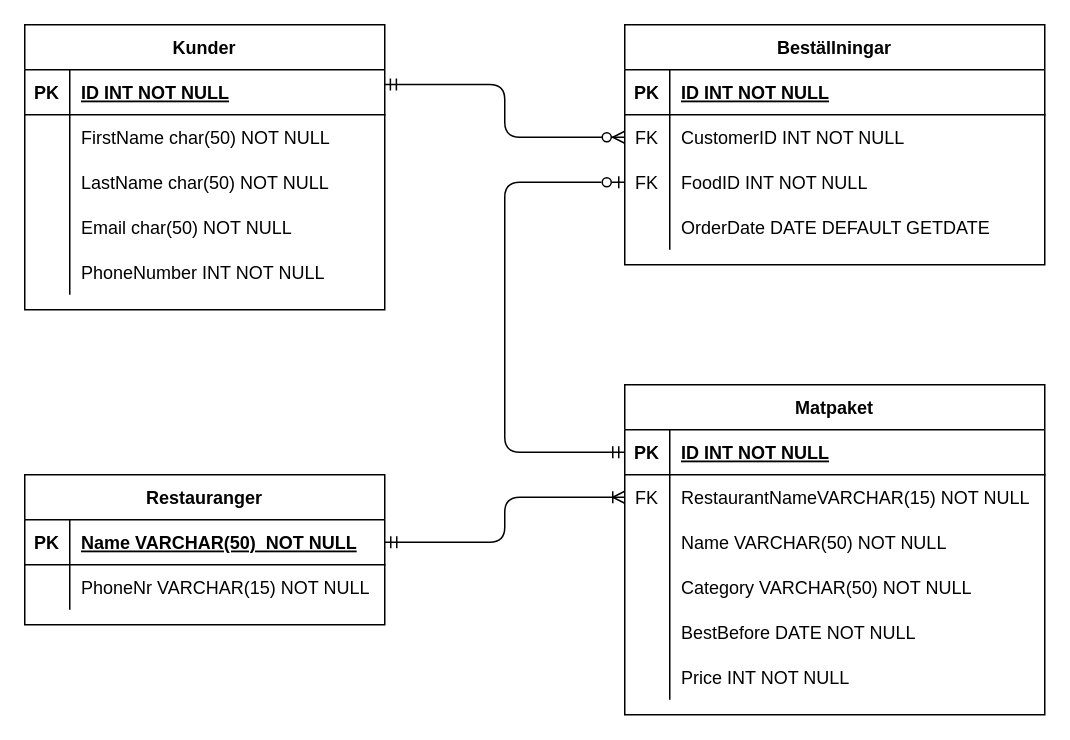
The draw.io diagram Diagram/Inlämningsuppgift 1.drawio in SebastianG9912/Databasdiagram, before the edit. Source tidied: cells renumbered, new cells numbered last; positions are measured from the earlier drawing's top-left corner, leaving out a move shared by most shapes. Both pictures are drawn from the tidied source at 150%, with x=0, y=0 at pixel (24, 24).
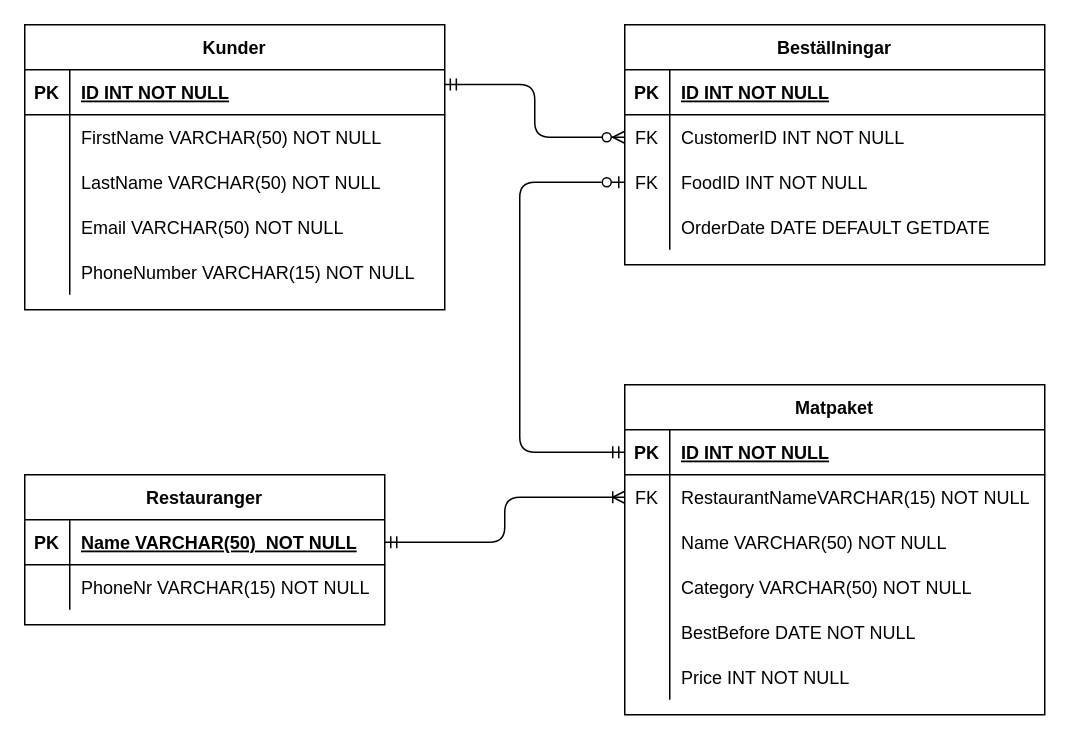
The same diagram, later.

The change refers to these unchanged cells:
```xml
<mxCell id="12" style="shape=partialRectangle;fillColor=none;points=[[0,0.5],[1,0.5]];portConstraint=eastwest;top=0;left=0;right=0;bottom=1;" parent="11" vertex="1">
  <mxGeometry y="30" width="280" height="30" as="geometry" />
</mxCell>
<mxCell id="50" style="shape=partialRectangle;fillColor=none;points=[[0,0.5],[1,0.5]];portConstraint=eastwest;top=0;left=0;right=0;bottom=0;" parent="46" vertex="1">
  <mxGeometry y="60" width="280" height="30" as="geometry" />
</mxCell>
<mxCell id="53" style="shape=partialRectangle;fillColor=none;points=[[0,0.5],[1,0.5]];portConstraint=eastwest;top=0;left=0;right=0;bottom=0;" parent="46" vertex="1">
  <mxGeometry y="90" width="280" height="30" as="geometry" />
</mxCell>
```

What changed in the source:
```diff
@@
     <mxCell id="3" style="endArrow=ERzeroToMany;startArrow=ERmandOne;endFill=1;startFill=0;entryX=0;entryY=0.5;entryDx=0;entryDy=0;exitX=0.999;exitY=0.328;exitDx=0;exitDy=0;exitPerimeter=0;edgeStyle=orthogonalEdgeStyle;" parent="1" edge="1" source="31" target="50">
       <mxGeometry relative="1" as="geometry">
         <Array as="points">
-          <mxPoint x="320" y="40" />
-          <mxPoint x="320" y="75" />
+          <mxPoint x="340" y="40" />
+          <mxPoint x="340" y="75" />
         </Array>
       </mxGeometry>
     </mxCell>
@@
     <mxCell id="30" value="Kunder" style="shape=table;startSize=30;childLayout=tableLayout;rowLines=0;fontStyle=1;align=center;" parent="1" vertex="1">
-      <mxGeometry width="240" height="190" as="geometry" />
+      <mxGeometry width="280" height="190" as="geometry" />
     </mxCell>
     <mxCell id="31" style="shape=partialRectangle;fillColor=none;points=[[0,0.5],[1,0.5]];portConstraint=eastwest;top=0;left=0;right=0;bottom=1;" parent="30" vertex="1">
-      <mxGeometry y="30" width="240" height="30" as="geometry" />
+      <mxGeometry y="30" width="280" height="30" as="geometry" />
     </mxCell>
@@
     <mxCell id="33" value="ID INT NOT NULL " style="shape=partialRectangle;overflow=hidden;fillColor=none;top=0;left=0;bottom=0;right=0;align=left;spacingLeft=6;fontStyle=5;" parent="31" vertex="1">
-      <mxGeometry x="30" width="210" height="30" as="geometry" />
+      <mxGeometry x="30" width="250" height="30" as="geometry" />
     </mxCell>
     <mxCell id="34" style="shape=partialRectangle;fillColor=none;top=0;left=0;right=0;bottom=0;" parent="30" vertex="1">
-      <mxGeometry y="60" width="240" height="30" as="geometry" />
+      <mxGeometry y="60" width="280" height="30" as="geometry" />
     </mxCell>
@@
-    <mxCell id="36" value="FirstName char(50) NOT NULL" style="shape=partialRectangle;overflow=hidden;fillColor=none;top=0;left=0;bottom=0;right=0;align=left;spacingLeft=6;" parent="34" vertex="1">
-      <mxGeometry x="30" width="210" height="30" as="geometry" />
+    <mxCell id="36" value="FirstName VARCHAR(50) NOT NULL " style="shape=partialRectangle;overflow=hidden;fillColor=none;top=0;left=0;bottom=0;right=0;align=left;spacingLeft=6;" parent="34" vertex="1">
+      <mxGeometry x="30" width="250" height="30" as="geometry" />
     </mxCell>
     <mxCell id="37" style="shape=partialRectangle;fillColor=none;top=0;left=0;right=0;bottom=0;" parent="30" vertex="1">
-      <mxGeometry y="90" width="240" height="30" as="geometry" />
+      <mxGeometry y="90" width="280" height="30" as="geometry" />
     </mxCell>
@@
-    <mxCell id="39" value="LastName char(50) NOT NULL" style="shape=partialRectangle;overflow=hidden;fillColor=none;top=0;left=0;bottom=0;right=0;align=left;spacingLeft=6;" parent="37" vertex="1">
-      <mxGeometry x="30" width="210" height="30" as="geometry" />
+    <mxCell id="39" value="LastName VARCHAR(50) NOT NULL" style="shape=partialRectangle;overflow=hidden;fillColor=none;top=0;left=0;bottom=0;right=0;align=left;spacingLeft=6;" parent="37" vertex="1">
+      <mxGeometry x="30" width="250" height="30" as="geometry" />
     </mxCell>
     <mxCell id="40" style="shape=partialRectangle;fillColor=none;top=0;left=0;right=0;bottom=0;" parent="30" vertex="1">
-      <mxGeometry y="120" width="240" height="30" as="geometry" />
+      <mxGeometry y="120" width="280" height="30" as="geometry" />
     </mxCell>
@@
-    <mxCell id="42" value="Email char(50) NOT NULL" style="shape=partialRectangle;overflow=hidden;fillColor=none;top=0;left=0;bottom=0;right=0;align=left;spacingLeft=6;" parent="40" vertex="1">
-      <mxGeometry x="30" width="210" height="30" as="geometry" />
+    <mxCell id="42" value="Email VARCHAR(50) NOT NULL" style="shape=partialRectangle;overflow=hidden;fillColor=none;top=0;left=0;bottom=0;right=0;align=left;spacingLeft=6;" parent="40" vertex="1">
+      <mxGeometry x="30" width="250" height="30" as="geometry" />
     </mxCell>
     <mxCell id="43" style="shape=partialRectangle;fillColor=none;top=0;left=0;right=0;bottom=0;" parent="30" vertex="1">
-      <mxGeometry y="150" width="240" height="30" as="geometry" />
+      <mxGeometry y="150" width="280" height="30" as="geometry" />
     </mxCell>
@@
-    <mxCell id="45" value="PhoneNumber INT NOT NULL" style="shape=partialRectangle;overflow=hidden;fillColor=none;top=0;left=0;bottom=0;right=0;align=left;spacingLeft=6;" parent="43" vertex="1">
-      <mxGeometry x="30" width="210" height="30" as="geometry" />
+    <mxCell id="45" value="PhoneNumber VARCHAR(15) NOT NULL" style="shape=partialRectangle;overflow=hidden;fillColor=none;top=0;left=0;bottom=0;right=0;align=left;spacingLeft=6;" parent="43" vertex="1">
+      <mxGeometry x="30" width="250" height="30" as="geometry" />
     </mxCell>
@@
     <mxCell id="59" style="endArrow=ERzeroToOne;startArrow=ERmandOne;endFill=0;startFill=0;edgeStyle=orthogonalEdgeStyle;entryX=0;entryY=0.5;entryDx=0;entryDy=0;" parent="1" edge="1" source="12" target="53">
       <mxGeometry relative="1" as="geometry">
         <Array as="points">
-          <mxPoint x="320" y="285" />
-          <mxPoint x="320" y="105" />
+          <mxPoint x="330" y="285" />
+          <mxPoint x="330" y="105" />
         </Array>
       </mxGeometry>
     </mxCell>
```
